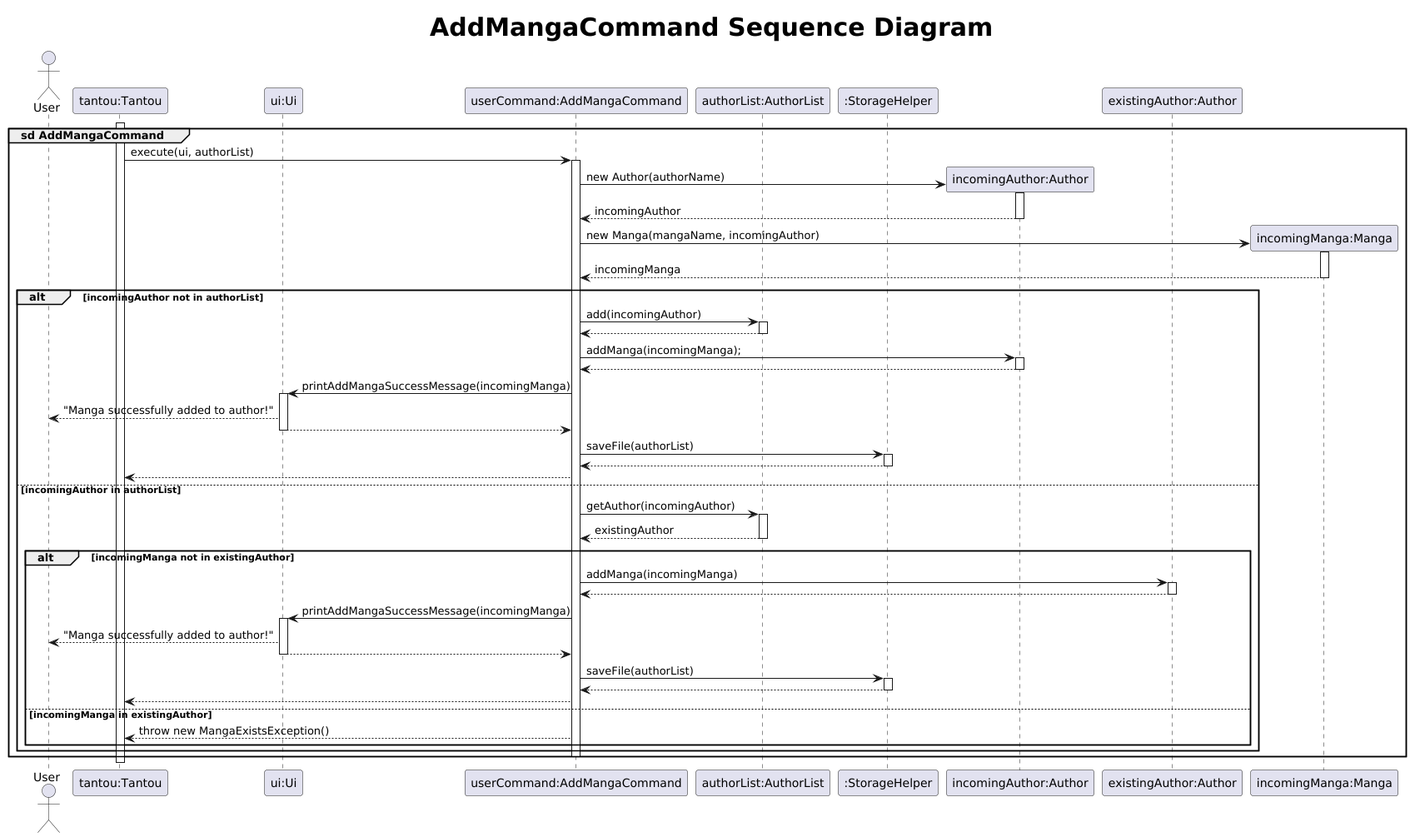
xenthm/tp keeps this PlantUML diagram as docs/uml/images/AddMangaSequence.png. Above is the earlier version.
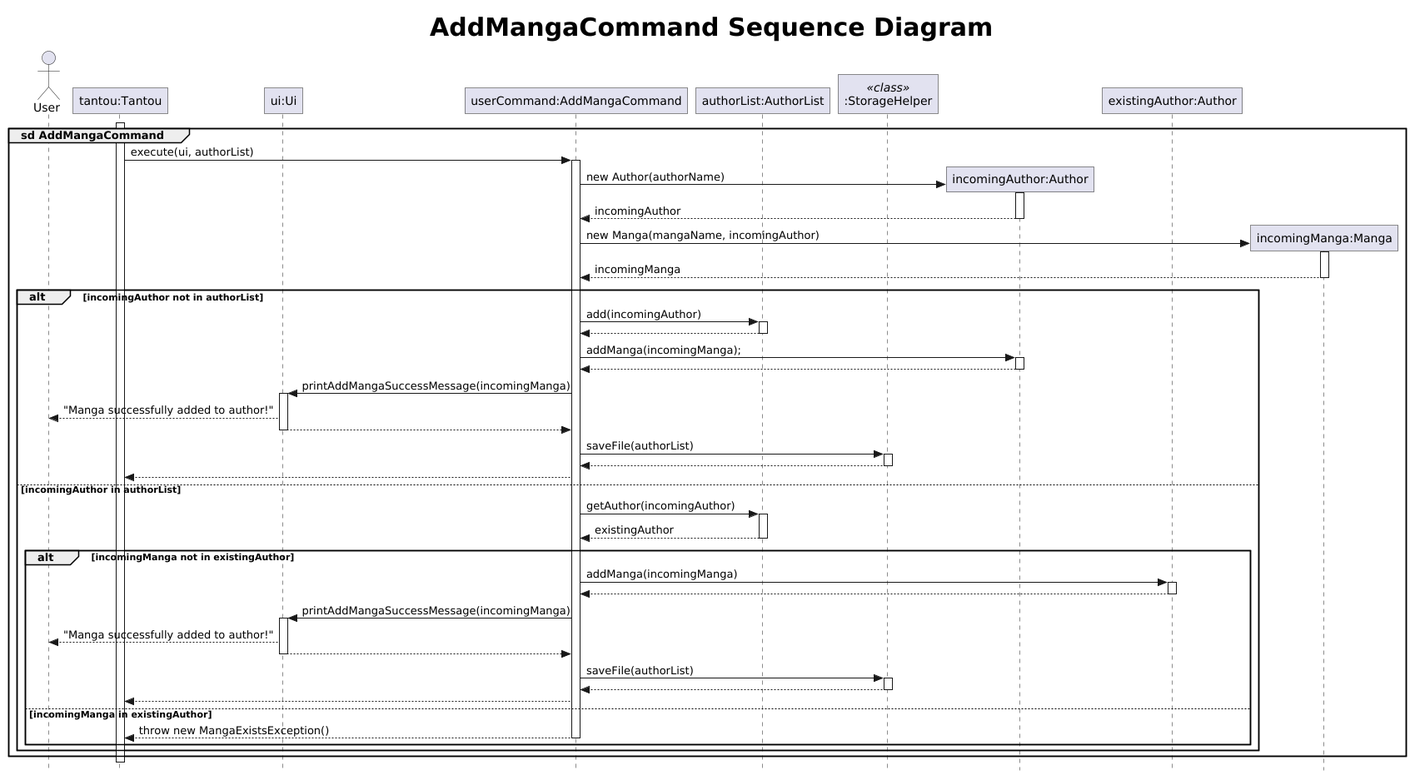
The same file after the commit.

Commit message:
Update AddAuthorCommand sequence diagram

What changed in the source:
```diff
@@ -1,13 +1,15 @@
 @startuml
-autoactivate off
 title <size:30> AddMangaCommand Sequence Diagram
+hide footbox
+skinparam roundCorner 0
+skinparam style strictuml
 
 actor User
 participant "tantou:Tantou" as tantou
 participant "ui:Ui" as ui
 participant "userCommand:AddMangaCommand" as userCommand
 participant "authorList:AuthorList" as authorList
-participant ":StorageHelper" as storage
+participant ":StorageHelper" as storage <<class>>
 participant "incomingAuthor:Author" as author
 participant "existingAuthor:Author" as existingAuthor
 participant "incomingManga:Manga" as manga
@@ -78,11 +80,9 @@
             userCommand --> tantou
         else incomingManga in existingAuthor
             userCommand --> tantou : throw new MangaExistsException()
+            deactivate userCommand
         end
     end
-
-    deactivate userCommand
 end
 deactivate tantou
-autoactivate on
 @enduml
```
